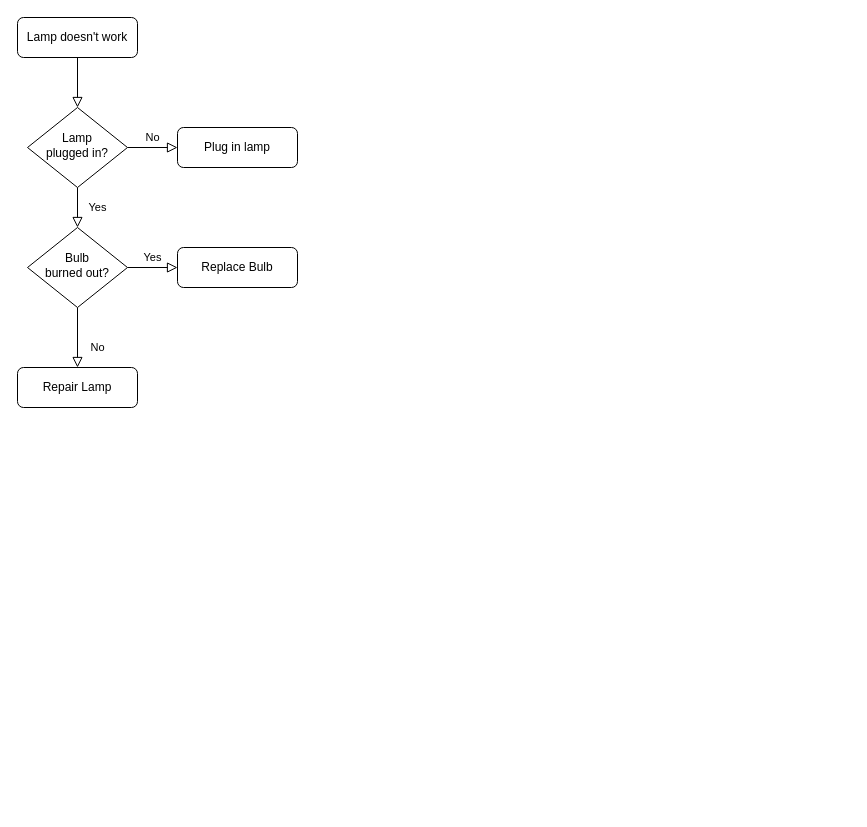
The draw.io diagram ICS126 Lab06 Bash.drawio in hazelisles/hazelisles, before the edit. Source tidied: cells renumbered, new cells numbered last; positions are measured from the earlier drawing's top-left corner, leaving out a move shared by most shapes. Both pictures are drawn from the tidied source at 100%, with x=0, y=0 at pixel (17, 17).
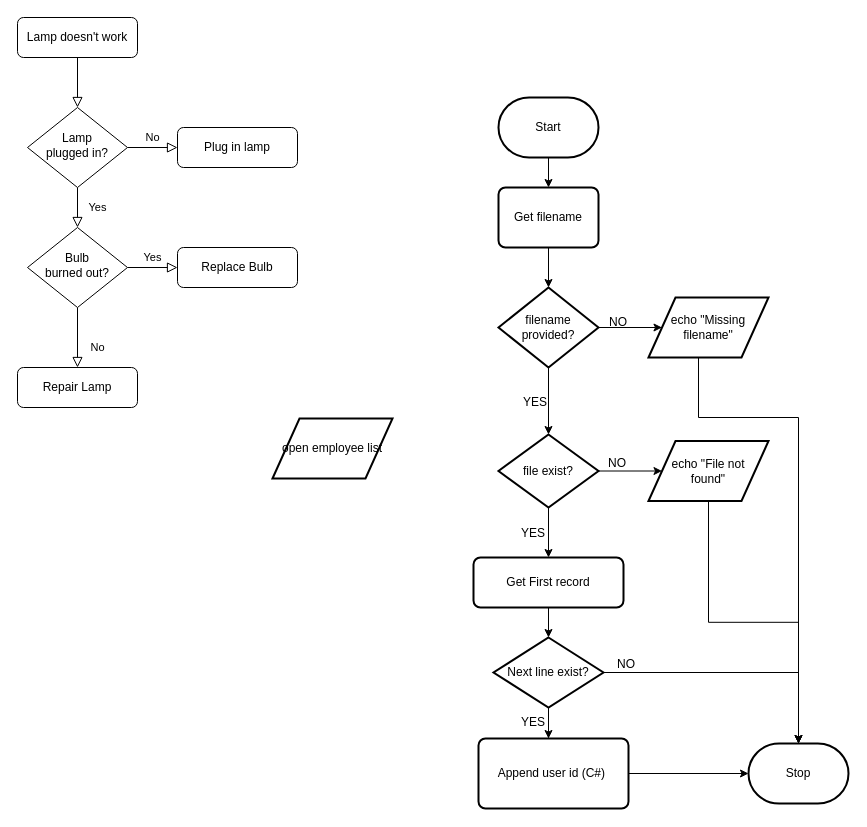
The same diagram, later.

Change to the diagram source:
```diff
@@
+    <mxCell id="13" value="Start" style="strokeWidth=2;html=1;shape=mxgraph.flowchart.terminator;whiteSpace=wrap;" parent="1" vertex="1">
+      <mxGeometry x="481" y="80" width="100" height="60" as="geometry" />
+    </mxCell>
+    <mxCell id="14" style="edgeStyle=orthogonalEdgeStyle;rounded=0;jettySize=auto;html=1;exitX=0.5;exitY=1;exitDx=0;exitDy=0;exitPerimeter=0;" parent="1" edge="1" source="13" target="15">
+      <mxGeometry relative="1" as="geometry" />
+    </mxCell>
+    <mxCell id="15" value="Get filename" style="rounded=1;whiteSpace=wrap;html=1;absoluteArcSize=1;arcSize=14;strokeWidth=2;" parent="1" vertex="1">
+      <mxGeometry x="481" y="170" width="100" height="60" as="geometry" />
+    </mxCell>
+    <mxCell id="16" style="edgeStyle=orthogonalEdgeStyle;rounded=0;jettySize=auto;html=1;" parent="1" edge="1" source="18" target="21">
+      <mxGeometry relative="1" as="geometry" />
+    </mxCell>
+    <mxCell id="17" style="edgeStyle=orthogonalEdgeStyle;rounded=0;jettySize=auto;html=1;" parent="1" edge="1" source="18" target="25">
+      <mxGeometry relative="1" as="geometry" />
+    </mxCell>
+    <mxCell id="18" value="filename provided?" style="strokeWidth=2;html=1;shape=mxgraph.flowchart.decision;whiteSpace=wrap;rounded=0;" parent="1" vertex="1">
+      <mxGeometry x="481" y="270" width="100" height="80" as="geometry" />
+    </mxCell>
+    <mxCell id="19" style="edgeStyle=orthogonalEdgeStyle;rounded=0;jettySize=auto;html=1;" parent="1" edge="1" source="21" target="28">
+      <mxGeometry relative="1" as="geometry" />
+    </mxCell>
+    <mxCell id="20" style="edgeStyle=orthogonalEdgeStyle;rounded=0;jettySize=auto;html=1;entryX=0.5;entryY=0;entryDx=0;entryDy=0;" parent="1" edge="1" source="21" target="36">
+      <mxGeometry relative="1" as="geometry" />
+    </mxCell>
+    <mxCell id="21" value="file exist?" style="strokeWidth=2;html=1;shape=mxgraph.flowchart.decision;whiteSpace=wrap;rounded=0;" parent="1" vertex="1">
+      <mxGeometry x="481" y="417" width="100" height="73" as="geometry" />
+    </mxCell>
+    <mxCell id="22" value="YES" style="text;html=1;strokeColor=none;fillColor=none;align=center;verticalAlign=middle;whiteSpace=wrap;rounded=0;" parent="1" vertex="1">
+      <mxGeometry x="488" y="370" width="60" height="30" as="geometry" />
+    </mxCell>
+    <mxCell id="23" style="edgeStyle=orthogonalEdgeStyle;rounded=0;jettySize=auto;html=1;exitX=0.5;exitY=1;exitDx=0;exitDy=0;entryX=0.5;entryY=0;entryDx=0;entryDy=0;entryPerimeter=0;" parent="1" edge="1" source="15" target="18">
+      <mxGeometry relative="1" as="geometry" />
+    </mxCell>
+    <mxCell id="24" style="edgeStyle=orthogonalEdgeStyle;rounded=0;jettySize=auto;html=1;entryX=0.5;entryY=0;entryDx=0;entryDy=0;entryPerimeter=0;" parent="1" edge="1" source="25" target="33">
+      <mxGeometry relative="1" as="geometry">
+        <Array as="points">
+          <mxPoint x="681" y="400" />
+          <mxPoint x="781" y="400" />
+        </Array>
+      </mxGeometry>
+    </mxCell>
+    <mxCell id="25" value="echo &quot;Missing ﬁlename&quot;" style="shape=parallelogram;html=1;strokeWidth=2;perimeter=parallelogramPerimeter;whiteSpace=wrap;rounded=0;arcSize=12;size=0.22499999999999998;" parent="1" vertex="1">
+      <mxGeometry x="631" y="280" width="120" height="60" as="geometry" />
+    </mxCell>
+    <mxCell id="26" value="NO" style="text;html=1;strokeColor=none;fillColor=none;align=center;verticalAlign=middle;whiteSpace=wrap;rounded=0;" parent="1" vertex="1">
+      <mxGeometry x="571" y="290" width="60" height="30" as="geometry" />
+    </mxCell>
+    <mxCell id="27" style="edgeStyle=orthogonalEdgeStyle;rounded=0;jettySize=auto;html=1;entryX=0.5;entryY=0;entryDx=0;entryDy=0;entryPerimeter=0;" parent="1" edge="1" source="28" target="33">
+      <mxGeometry relative="1" as="geometry" />
+    </mxCell>
+    <mxCell id="28" value="echo &quot;File not &lt;br&gt;found&quot;" style="shape=parallelogram;html=1;strokeWidth=2;perimeter=parallelogramPerimeter;whiteSpace=wrap;rounded=0;arcSize=12;size=0.22499999999999998;" parent="1" vertex="1">
+      <mxGeometry x="631" y="423.5" width="120" height="60" as="geometry" />
+    </mxCell>
+    <mxCell id="29" value="NO" style="text;html=1;strokeColor=none;fillColor=none;align=center;verticalAlign=middle;whiteSpace=wrap;rounded=0;" parent="1" vertex="1">
+      <mxGeometry x="570" y="431" width="60" height="30" as="geometry" />
+    </mxCell>
+    <mxCell id="30" style="edgeStyle=orthogonalEdgeStyle;rounded=0;jettySize=auto;html=1;" parent="1" edge="1" source="31" target="33">
+      <mxGeometry relative="1" as="geometry" />
+    </mxCell>
+    <mxCell id="31" value="Append user id (C#)&amp;nbsp;" style="rounded=1;whiteSpace=wrap;html=1;absoluteArcSize=1;arcSize=14;strokeWidth=2;" parent="1" vertex="1">
+      <mxGeometry x="461" y="721" width="150" height="70" as="geometry" />
+    </mxCell>
+    <mxCell id="32" value="YES" style="text;html=1;strokeColor=none;fillColor=none;align=center;verticalAlign=middle;whiteSpace=wrap;rounded=0;" parent="1" vertex="1">
+      <mxGeometry x="486" y="500.5" width="60" height="30" as="geometry" />
+    </mxCell>
+    <mxCell id="33" value="Stop" style="strokeWidth=2;html=1;shape=mxgraph.flowchart.terminator;whiteSpace=wrap;" parent="1" vertex="1">
+      <mxGeometry x="731" y="726" width="100" height="60" as="geometry" />
+    </mxCell>
+    <mxCell id="34" value="open employee list" style="shape=parallelogram;html=1;strokeWidth=2;perimeter=parallelogramPerimeter;whiteSpace=wrap;rounded=0;arcSize=12;size=0.22499999999999998;" parent="1" vertex="1">
+      <mxGeometry x="255" y="401" width="120" height="60" as="geometry" />
+    </mxCell>
+    <mxCell id="35" style="edgeStyle=orthogonalEdgeStyle;rounded=0;jettySize=auto;html=1;" parent="1" edge="1" source="36" target="39">
+      <mxGeometry relative="1" as="geometry" />
+    </mxCell>
+    <mxCell id="36" value="Get First record" style="rounded=1;whiteSpace=wrap;html=1;absoluteArcSize=1;arcSize=14;strokeWidth=2;" parent="1" vertex="1">
+      <mxGeometry x="456" y="540" width="150" height="50" as="geometry" />
+    </mxCell>
+    <mxCell id="37" style="edgeStyle=orthogonalEdgeStyle;rounded=0;jettySize=auto;html=1;" parent="1" edge="1" source="39" target="31">
+      <mxGeometry relative="1" as="geometry">
+        <Array as="points">
+          <mxPoint x="531" y="720" />
+          <mxPoint x="531" y="720" />
+        </Array>
+      </mxGeometry>
+    </mxCell>
+    <mxCell id="38" style="edgeStyle=orthogonalEdgeStyle;rounded=0;jettySize=auto;html=1;entryX=0.5;entryY=0;entryDx=0;entryDy=0;entryPerimeter=0;" parent="1" edge="1" source="39" target="33">
+      <mxGeometry relative="1" as="geometry" />
+    </mxCell>
+    <mxCell id="39" value="Next line exist?" style="strokeWidth=2;html=1;shape=mxgraph.flowchart.decision;whiteSpace=wrap;rounded=0;" parent="1" vertex="1">
+      <mxGeometry x="476" y="620" width="110" height="70" as="geometry" />
+    </mxCell>
+    <mxCell id="40" value="YES" style="text;html=1;strokeColor=none;fillColor=none;align=center;verticalAlign=middle;whiteSpace=wrap;rounded=0;" parent="1" vertex="1">
+      <mxGeometry x="486" y="690" width="60" height="30" as="geometry" />
+    </mxCell>
+    <mxCell id="41" value="NO" style="text;html=1;strokeColor=none;fillColor=none;align=center;verticalAlign=middle;whiteSpace=wrap;rounded=0;" parent="1" vertex="1">
+      <mxGeometry x="579" y="632" width="60" height="30" as="geometry" />
+    </mxCell>
```
